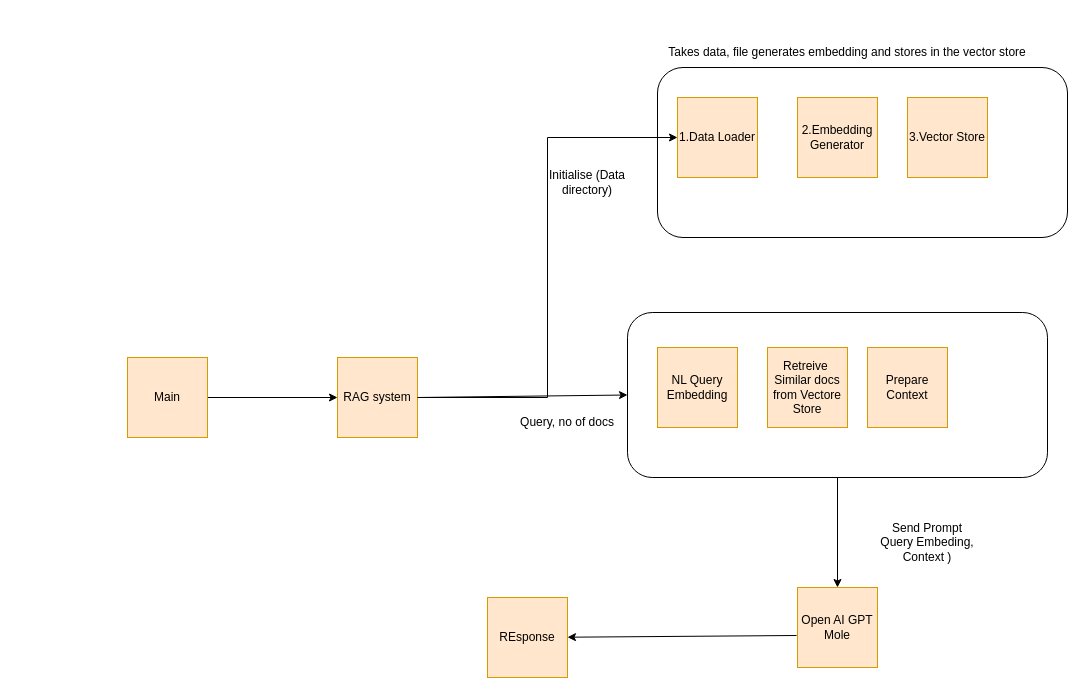
The draw.io diagram Untitled Diagram.drawio in Tejay/helloworld, before the edit. Source tidied: cells renumbered, new cells numbered last; positions are measured from the earlier drawing's top-left corner, leaving out a move shared by most shapes. Both pictures are drawn from the tidied source at 100%, with x=0, y=0 at pixel (127, 37).
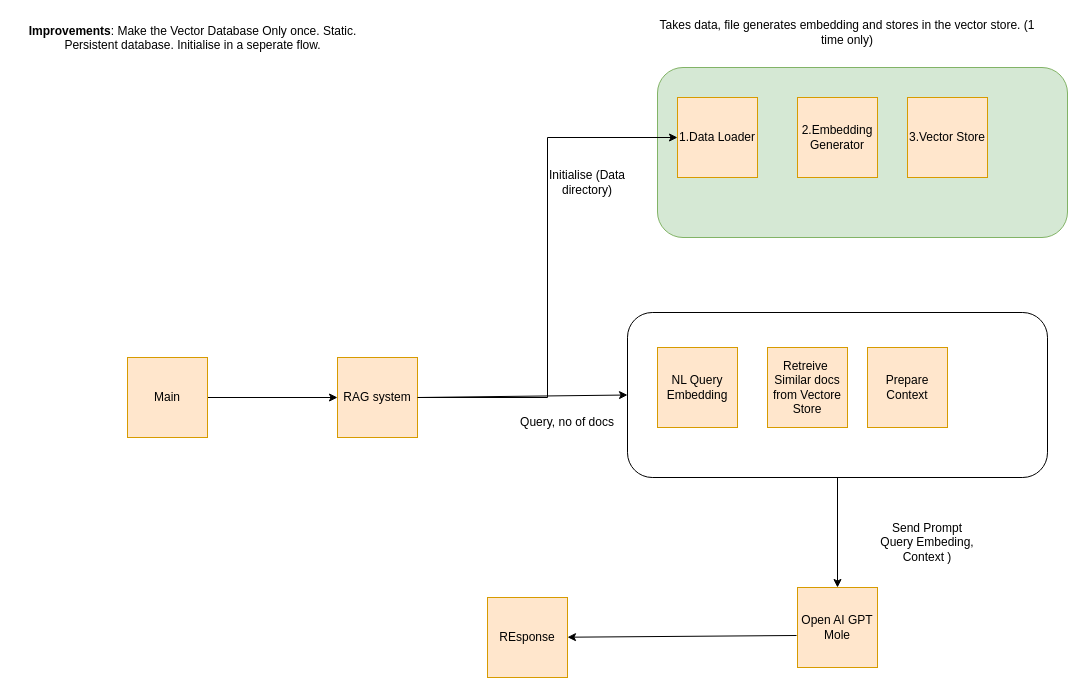
The same diagram, later.

What changed in the source:
```diff
@@
-    <mxCell id="2" style="rounded=1;whiteSpace=wrap;html=1;" parent="1" vertex="1">
+    <mxCell id="2" style="rounded=1;whiteSpace=wrap;html=1;fillColor=#d5e8d4;strokeColor=#82b366;" parent="1" vertex="1">
       <mxGeometry x="530" y="30" width="410" height="170" as="geometry" />
     </mxCell>
@@
-    <mxCell id="11" value="Takes data, file generates embedding and stores in the vector store" style="text;strokeColor=none;align=center;fillColor=none;html=1;verticalAlign=middle;whiteSpace=wrap;rounded=0;" parent="1" vertex="1">
-      <mxGeometry x="530" width="380" height="30" as="geometry" />
+    <mxCell id="11" value="Takes data, file generates embedding and stores in the vector store. (1 time only)" style="text;strokeColor=none;align=center;fillColor=none;html=1;verticalAlign=middle;whiteSpace=wrap;rounded=0;" parent="1" vertex="1">
+      <mxGeometry x="530" y="-20" width="380" height="30" as="geometry" />
     </mxCell>
@@
+    <mxCell id="23" value="&lt;div&gt;&lt;b&gt;Improvements&lt;/b&gt;: Make the Vector Database Only once. Static.&lt;/div&gt;&lt;div&gt;Persistent database. Initialise in a seperate flow.&lt;/div&gt;&lt;div&gt;&lt;br&gt;&lt;/div&gt;&lt;div&gt;&lt;br&gt;&lt;/div&gt;" style="text;html=1;align=center;verticalAlign=middle;strokeColor=none;fillColor=none;" parent="1" vertex="1">
+      <mxGeometry x="-110" y="-20" width="350" height="70" as="geometry" />
+    </mxCell>
```
